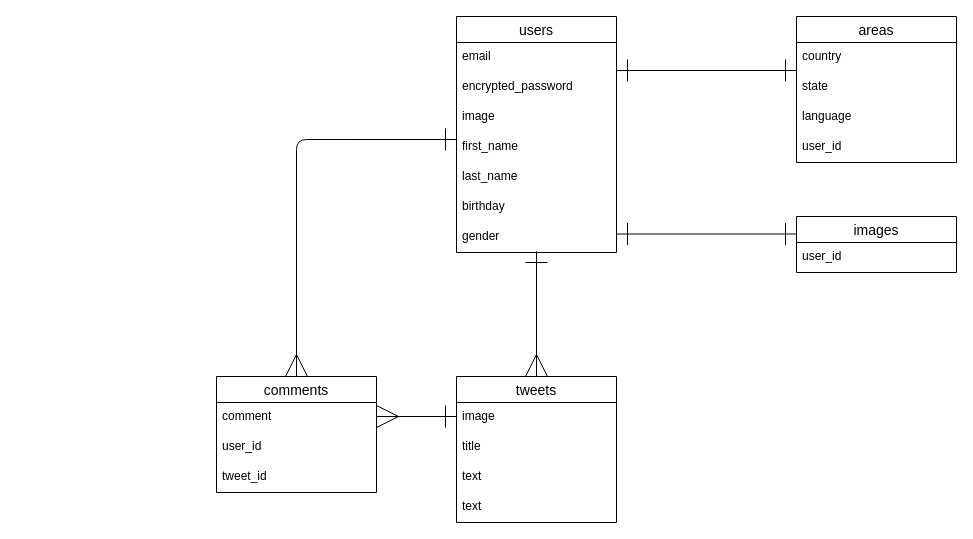
Before: trip.dio in oramubon/trip_app, a draw.io diagram. Source tidied: cells renumbered, new cells numbered last; positions are measured from the earlier drawing's top-left corner, leaving out a move shared by most shapes. Both pictures are drawn from the tidied source at 100%, with x=0, y=0 at pixel (216, 16).
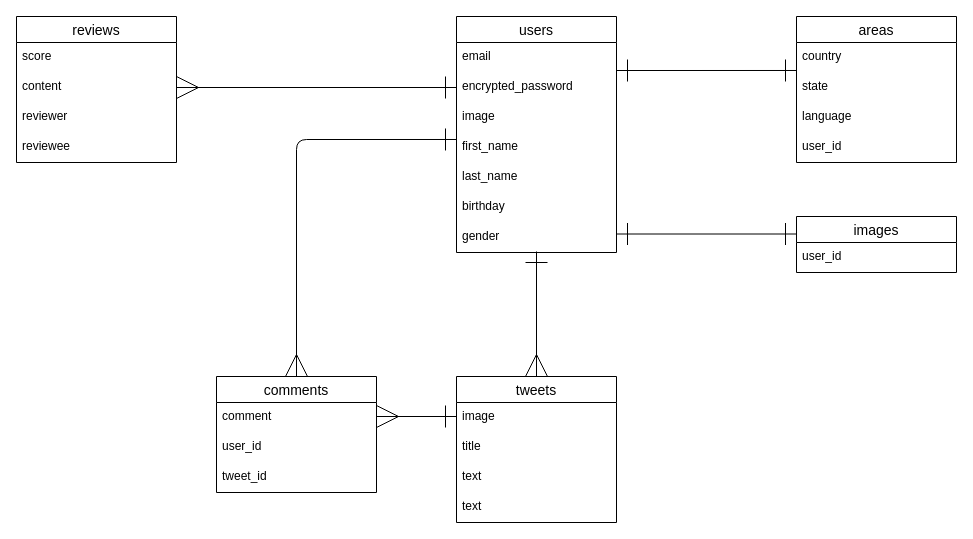
The same page after the edit.

The change refers to these unchanged cells:
```xml
<mxCell id="4" value="encrypted_password" style="text;strokeColor=none;fillColor=none;spacingLeft=4;spacingRight=4;overflow=hidden;points=[[0,0.5],[1,0.5]];portConstraint=eastwest;fontSize=12;" parent="2" vertex="1">
  <mxGeometry y="56" width="160" height="30" as="geometry" />
</mxCell>
```

Diff of the diagram source:
```diff
@@
+    <mxCell id="31" value="reviews" style="swimlane;fontStyle=0;horizontal=1;startSize=26;align=center;fontSize=14;" parent="1" vertex="1">
+      <mxGeometry x="-200" width="160" height="146" as="geometry" />
+    </mxCell>
+    <mxCell id="32" value="score" style="text;strokeColor=none;fillColor=none;spacingLeft=4;spacingRight=4;overflow=hidden;fontSize=12;" parent="31" vertex="1">
+      <mxGeometry y="26" width="160" height="30" as="geometry" />
+    </mxCell>
+    <mxCell id="33" value="content" style="text;strokeColor=none;fillColor=none;spacingLeft=4;spacingRight=4;overflow=hidden;points=[[0,0.5],[1,0.5]];portConstraint=eastwest;fontSize=12;" parent="31" vertex="1">
+      <mxGeometry y="56" width="160" height="30" as="geometry" />
+    </mxCell>
+    <mxCell id="34" value="reviewer" style="text;strokeColor=none;fillColor=none;spacingLeft=4;spacingRight=4;overflow=hidden;fontSize=12;" parent="31" vertex="1">
+      <mxGeometry y="86" width="160" height="30" as="geometry" />
+    </mxCell>
+    <mxCell id="35" value="reviewee" style="text;strokeColor=none;fillColor=none;spacingLeft=4;spacingRight=4;overflow=hidden;fontSize=12;" parent="31" vertex="1">
+      <mxGeometry y="116" width="160" height="30" as="geometry" />
+    </mxCell>
+    <mxCell id="36" style="endArrow=ERone;html=1;rounded=0;entryX=0;entryY=0.5;entryDx=0;entryDy=0;exitX=1;exitY=0.5;exitDx=0;exitDy=0;startArrow=ERmany;startFill=0;endSize=20;startSize=20;endFill=0;" parent="1" edge="1" source="33" target="4">
+      <mxGeometry relative="1" as="geometry" />
+    </mxCell>
```
